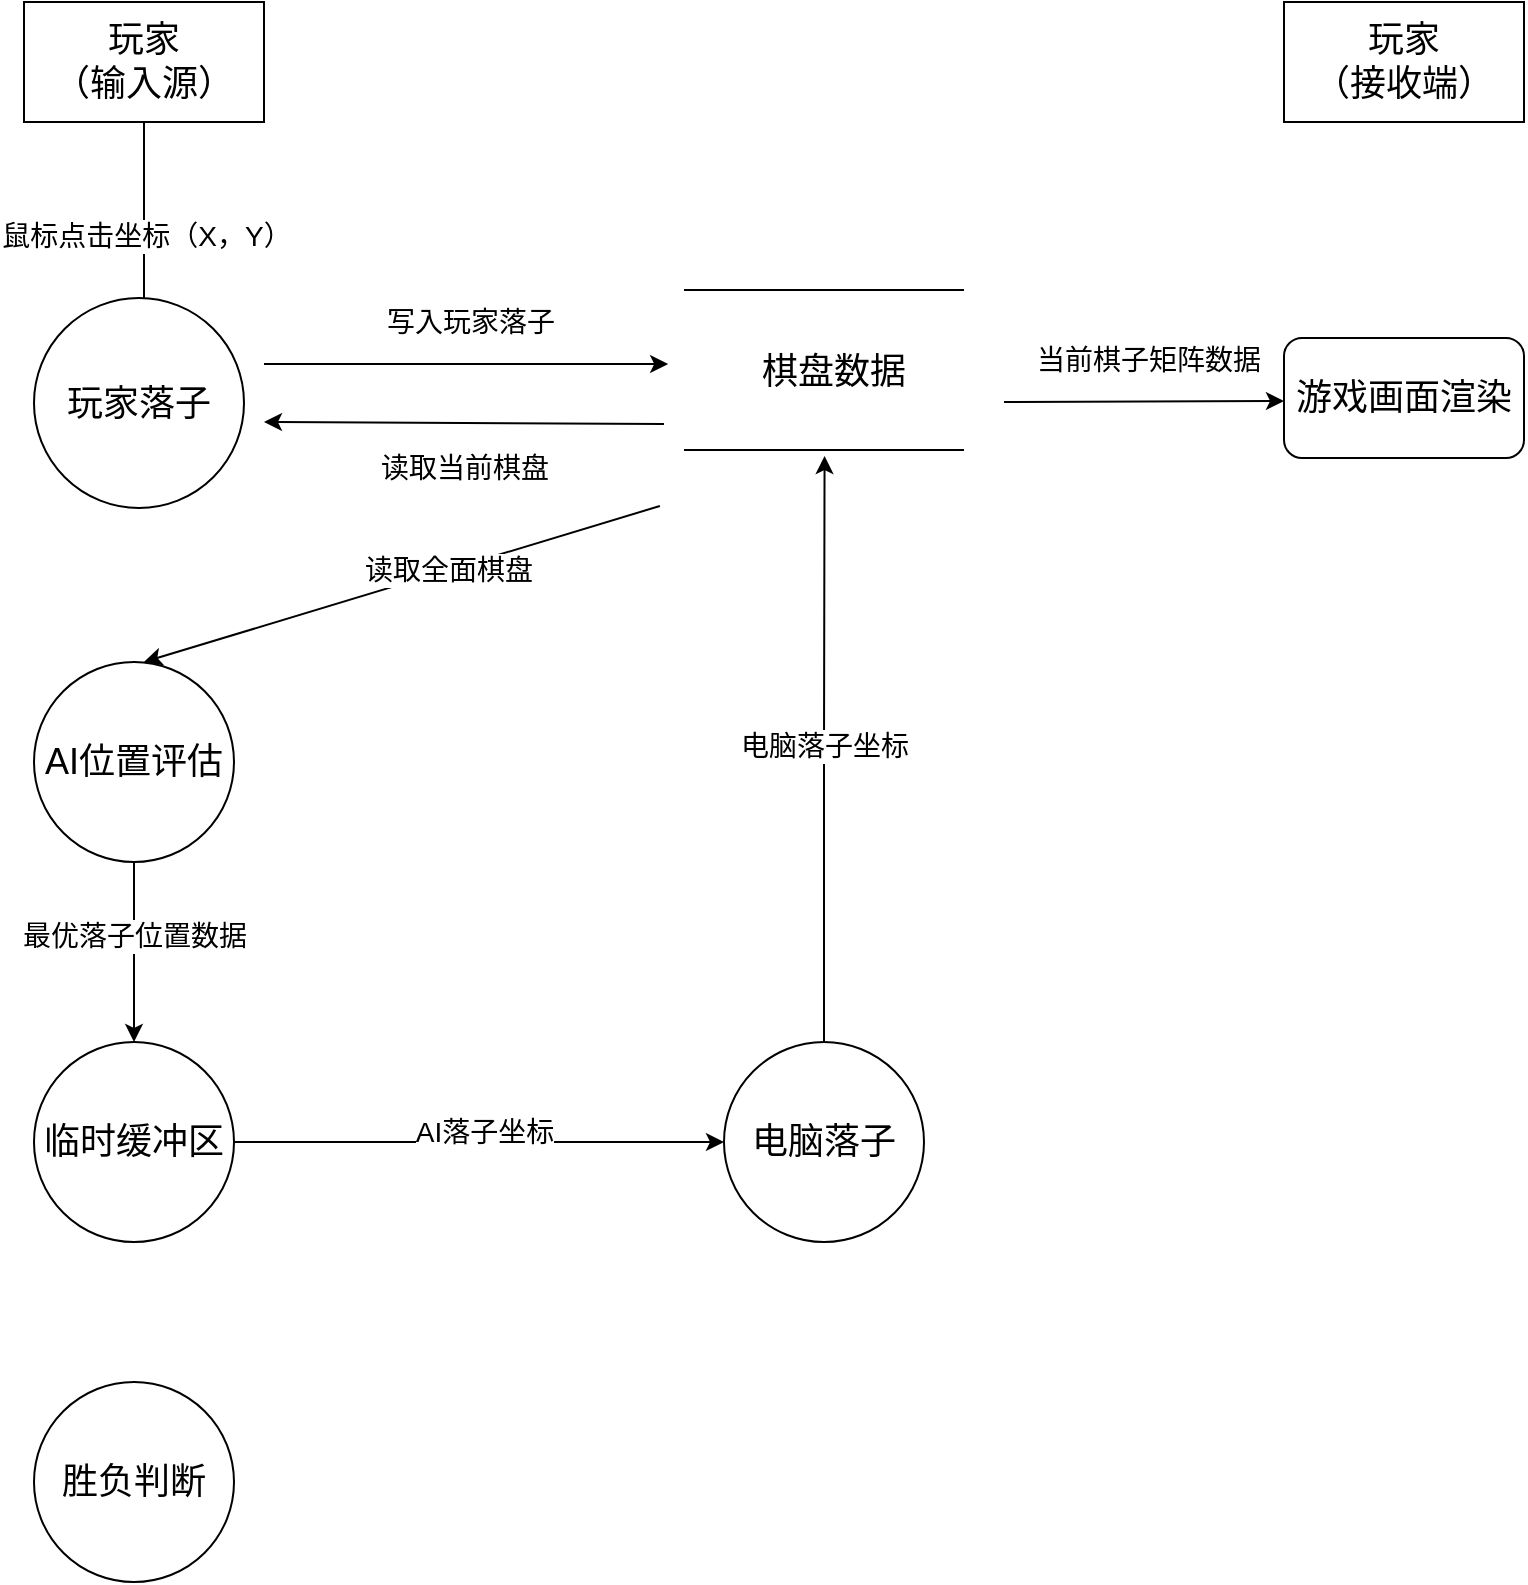
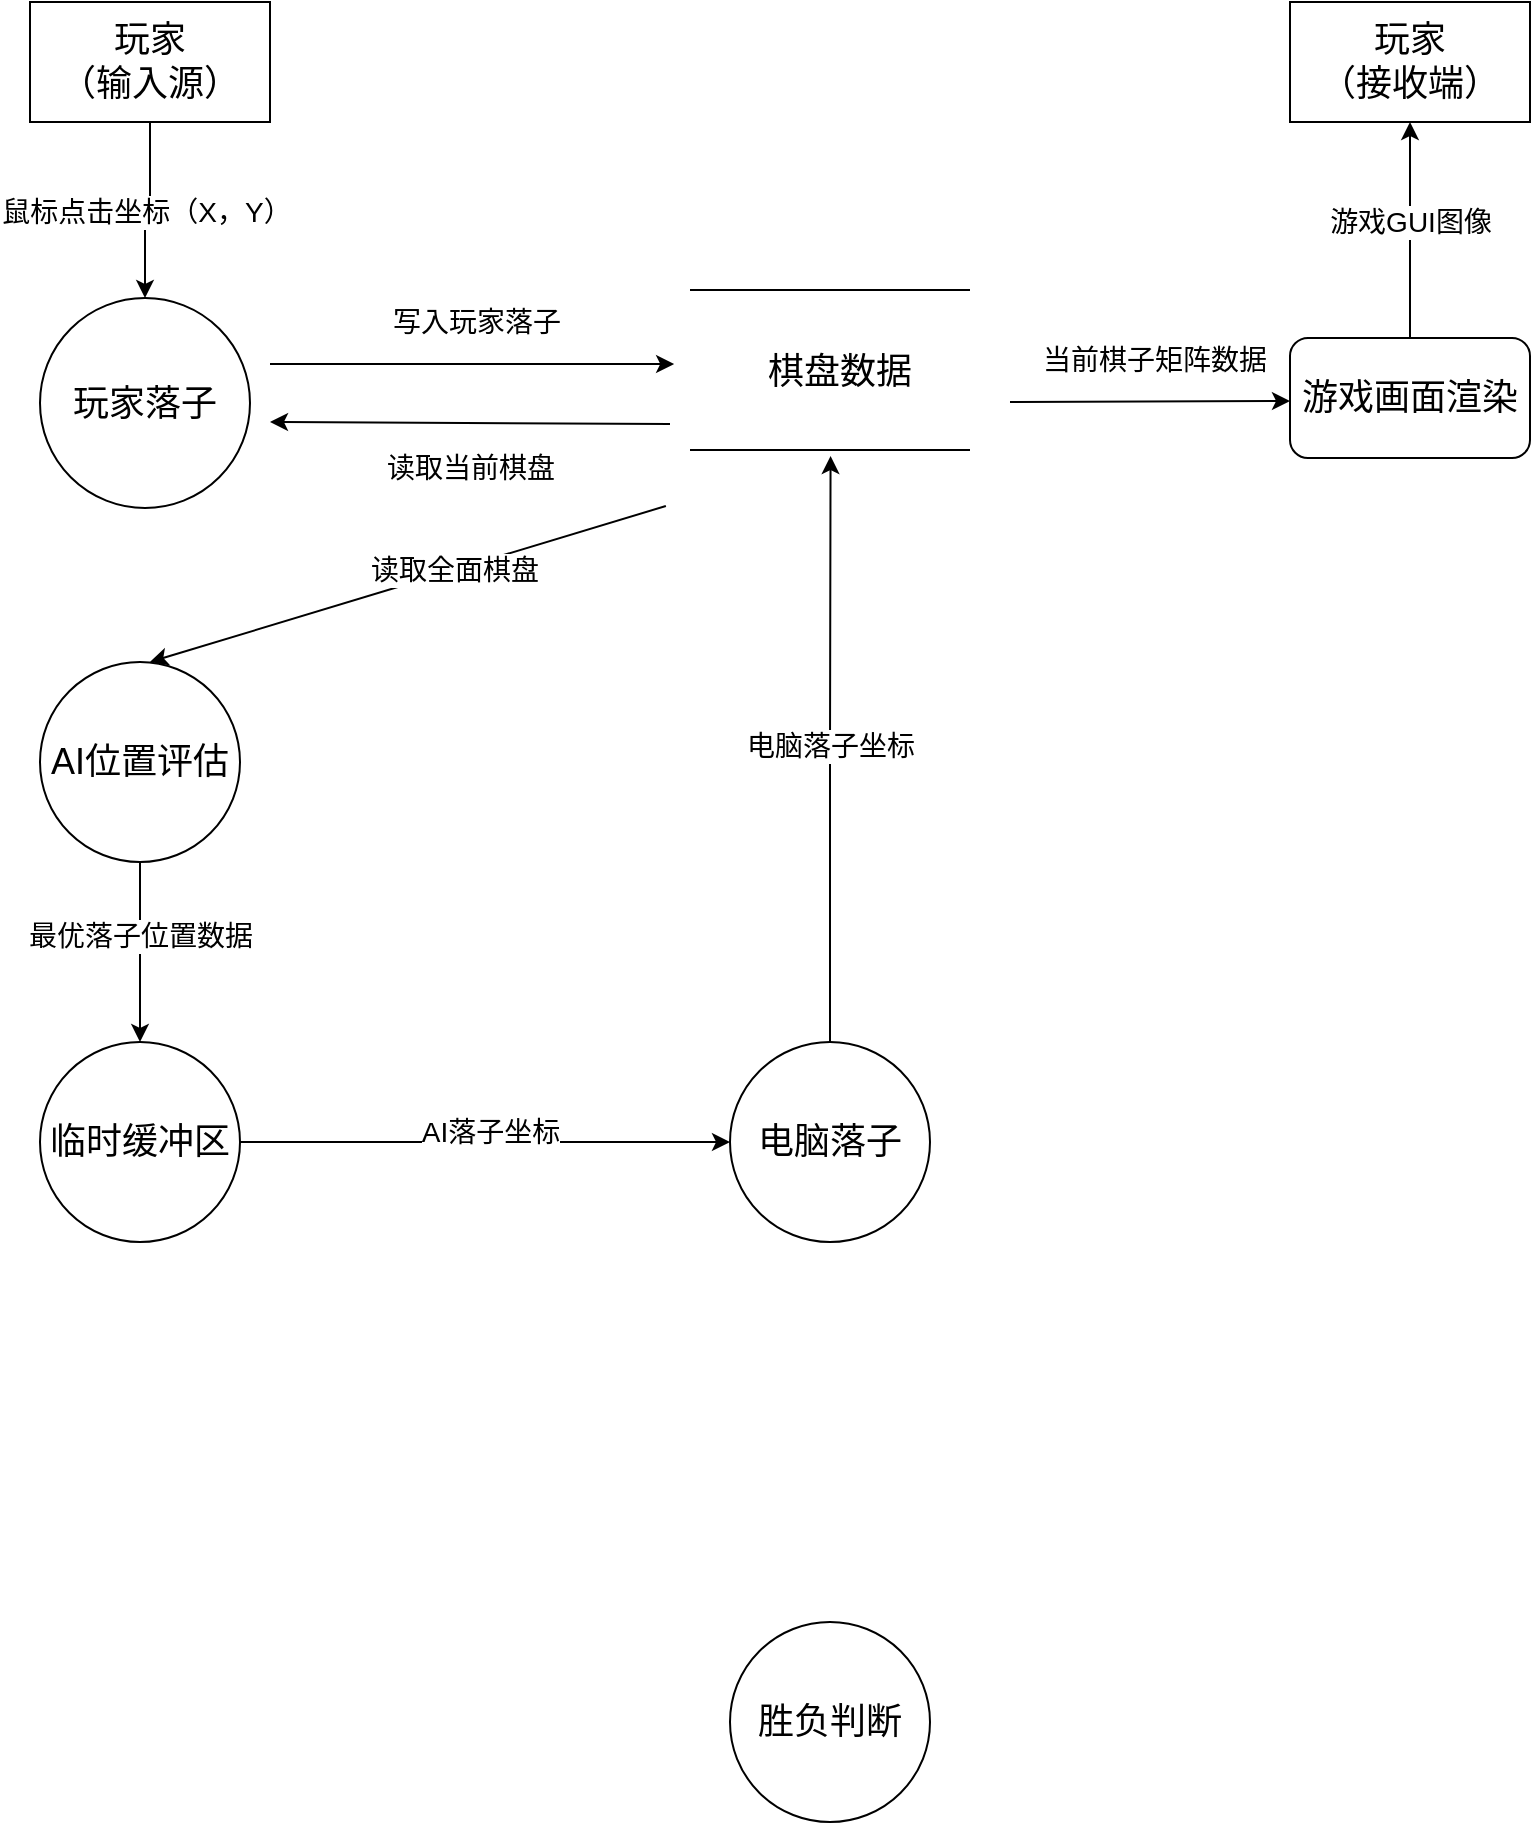
<mxfile host="app.diagrams.net">
  <diagram name="Page-1" id="hryGj0KzSXnJhMcqTr9-">
    <mxGraphModel dx="1201" dy="825" grid="1" gridSize="10" guides="1" tooltips="1" connect="1" arrows="1" fold="1" page="1" pageScale="1" pageWidth="827" pageHeight="1169" math="0" shadow="0">
      <root>
        <mxCell id="0" />
        <mxCell id="1" parent="0" />
-         <mxCell id="fDHwApNMCYBN-XmplwMt-11" edge="1" parent="1" source="fDHwApNMCYBN-XmplwMt-3" style="edgeStyle=orthogonalEdgeStyle;rounded=0;orthogonalLoop=1;jettySize=auto;html=1;exitX=0.5;exitY=1;exitDx=0;exitDy=0;entryX=0.5;entryY=0;entryDx=0;entryDy=0;">
+         <mxCell id="fDHwApNMCYBN-XmplwMt-11" edge="1" parent="1" source="fDHwApNMCYBN-XmplwMt-3" style="edgeStyle=orthogonalEdgeStyle;rounded=0;orthogonalLoop=1;jettySize=auto;html=1;exitX=0.5;exitY=1;exitDx=0;exitDy=0;entryX=0.5;entryY=0;entryDx=0;entryDy=0;" target="SoA14i47H3jGXmkj97EN-22">
          <mxGeometry relative="1" as="geometry">
            <mxPoint x="90" y="230" as="targetPoint" />
          </mxGeometry>
        </mxCell>
        <mxCell id="fDHwApNMCYBN-XmplwMt-12" connectable="0" parent="fDHwApNMCYBN-XmplwMt-11" style="edgeLabel;html=1;align=center;verticalAlign=middle;resizable=0;points=[];" value="&lt;font style=&quot;font-size: 14px;&quot;&gt;鼠标点击坐标（X，Y）&lt;/font&gt;" vertex="1">
          <mxGeometry relative="1" x="0.0364" as="geometry">
            <mxPoint as="offset" />
          </mxGeometry>
        </mxCell>
        <mxCell id="fDHwApNMCYBN-XmplwMt-3" parent="1" style="rounded=0;whiteSpace=wrap;html=1;" value="&lt;font style=&quot;font-size: 18px;&quot;&gt;玩家&lt;/font&gt;&lt;div&gt;&lt;font style=&quot;font-size: 18px;&quot;&gt;（输入源）&lt;/font&gt;&lt;/div&gt;" vertex="1">
          <mxGeometry height="60" width="120" x="30" y="60" as="geometry" />
+         </mxCell>
+         <mxCell id="SoA14i47H3jGXmkj97EN-37" edge="1" parent="1" source="fDHwApNMCYBN-XmplwMt-9" style="edgeStyle=orthogonalEdgeStyle;rounded=0;orthogonalLoop=1;jettySize=auto;html=1;exitX=0.5;exitY=0;exitDx=0;exitDy=0;entryX=0.5;entryY=1;entryDx=0;entryDy=0;" target="fDHwApNMCYBN-XmplwMt-10">
+           <mxGeometry relative="1" as="geometry" />
+         </mxCell>
+         <mxCell id="SoA14i47H3jGXmkj97EN-38" connectable="0" parent="SoA14i47H3jGXmkj97EN-37" style="edgeLabel;html=1;align=center;verticalAlign=middle;resizable=0;points=[];" value="&lt;font style=&quot;font-size: 14px;&quot;&gt;游戏GUI图像&lt;/font&gt;" vertex="1">
+           <mxGeometry relative="1" x="0.0741" as="geometry">
+             <mxPoint as="offset" />
+           </mxGeometry>
        </mxCell>
        <mxCell id="fDHwApNMCYBN-XmplwMt-9" parent="1" style="rounded=1;whiteSpace=wrap;html=1;" value="&lt;font style=&quot;font-size: 18px;&quot;&gt;游戏画面渲染&lt;/font&gt;" vertex="1">
          <mxGeometry height="60" width="120" x="660" y="228" as="geometry" />
        </mxCell>
        <mxCell id="fDHwApNMCYBN-XmplwMt-10" parent="1" style="rounded=0;whiteSpace=wrap;html=1;" value="&lt;span style=&quot;font-size: 18px;&quot;&gt;玩家&lt;/span&gt;&lt;div&gt;&lt;span style=&quot;font-size: 18px;&quot;&gt;（接收端）&lt;/span&gt;&lt;/div&gt;" vertex="1">
          <mxGeometry height="60" width="120" x="660" y="60" as="geometry" />
        </mxCell>
        <mxCell id="SoA14i47H3jGXmkj97EN-10" edge="1" parent="1" style="endArrow=classic;html=1;rounded=0;entryX=0.013;entryY=0.14;entryDx=0;entryDy=0;entryPerimeter=0;" value="">
          <mxGeometry height="50" relative="1" width="50" as="geometry">
            <mxPoint x="150" y="241" as="sourcePoint" />
            <mxPoint x="352.067" y="241" as="targetPoint" />
          </mxGeometry>
        </mxCell>
        <mxCell id="SoA14i47H3jGXmkj97EN-11" connectable="0" parent="SoA14i47H3jGXmkj97EN-10" style="edgeLabel;html=1;align=center;verticalAlign=middle;resizable=0;points=[];" value="&lt;font style=&quot;font-size: 14px;&quot;&gt;写入玩家落子&lt;/font&gt;" vertex="1">
          <mxGeometry relative="1" x="0.0202" y="1" as="geometry">
            <mxPoint y="-20" as="offset" />
          </mxGeometry>
        </mxCell>
        <mxCell id="SoA14i47H3jGXmkj97EN-12" edge="1" parent="1" style="endArrow=classic;html=1;rounded=0;exitX=0.925;exitY=0;exitDx=0;exitDy=0;exitPerimeter=0;" value="">
          <mxGeometry height="50" relative="1" width="50" as="geometry">
            <mxPoint x="350" y="271" as="sourcePoint" />
            <mxPoint x="150" y="270" as="targetPoint" />
          </mxGeometry>
        </mxCell>
        <mxCell id="SoA14i47H3jGXmkj97EN-13" connectable="0" parent="SoA14i47H3jGXmkj97EN-12" style="edgeLabel;html=1;align=center;verticalAlign=middle;resizable=0;points=[];" value="&lt;font style=&quot;font-size: 14px;&quot;&gt;读取当前棋盘&lt;/font&gt;&lt;div&gt;&lt;font style=&quot;font-size: 14px;&quot;&gt;&lt;br&gt;&lt;/font&gt;&lt;/div&gt;" vertex="1">
          <mxGeometry relative="1" x="0.0202" y="1" as="geometry">
            <mxPoint x="2" y="29" as="offset" />
          </mxGeometry>
        </mxCell>
        <mxCell id="SoA14i47H3jGXmkj97EN-14" edge="1" parent="1" style="endArrow=classic;html=1;rounded=0;entryX=-0.013;entryY=0.68;entryDx=0;entryDy=0;entryPerimeter=0;exitX=-0.013;exitY=0.68;exitDx=0;exitDy=0;exitPerimeter=0;" value="">
          <mxGeometry height="50" relative="1" width="50" as="geometry">
            <mxPoint x="347.933" y="312" as="sourcePoint" />
            <mxPoint x="90" y="390" as="targetPoint" />
          </mxGeometry>
        </mxCell>
        <mxCell id="SoA14i47H3jGXmkj97EN-15" connectable="0" parent="SoA14i47H3jGXmkj97EN-14" style="edgeLabel;html=1;align=center;verticalAlign=middle;resizable=0;points=[];" value="&lt;font style=&quot;font-size: 14px;&quot;&gt;读取全面棋盘&lt;/font&gt;" vertex="1">
          <mxGeometry relative="1" x="-0.1782" as="geometry">
            <mxPoint as="offset" />
          </mxGeometry>
        </mxCell>
        <mxCell id="SoA14i47H3jGXmkj97EN-16" edge="1" parent="1" style="endArrow=classic;html=1;rounded=0;entryX=0.013;entryY=0.14;entryDx=0;entryDy=0;entryPerimeter=0;" value="">
          <mxGeometry height="50" relative="1" width="50" as="geometry">
            <mxPoint x="520" y="260" as="sourcePoint" />
            <mxPoint x="659.9970000000001" y="259.5" as="targetPoint" />
          </mxGeometry>
        </mxCell>
        <mxCell id="SoA14i47H3jGXmkj97EN-17" connectable="0" parent="SoA14i47H3jGXmkj97EN-16" style="edgeLabel;html=1;align=center;verticalAlign=middle;resizable=0;points=[];" value="&lt;span style=&quot;font-size: 14px;&quot;&gt;当前棋子矩阵数据&lt;/span&gt;" vertex="1">
          <mxGeometry relative="1" x="0.0202" y="1" as="geometry">
            <mxPoint y="-20" as="offset" />
          </mxGeometry>
        </mxCell>
        <mxCell id="SoA14i47H3jGXmkj97EN-22" parent="1" style="ellipse;whiteSpace=wrap;html=1;aspect=fixed;" value="&lt;font style=&quot;font-size: 18px;&quot;&gt;玩家落子&lt;/font&gt;" vertex="1">
          <mxGeometry height="105" width="105" x="35" y="208" as="geometry" />
        </mxCell>
        <mxCell id="SoA14i47H3jGXmkj97EN-23" parent="1" style="ellipse;whiteSpace=wrap;html=1;aspect=fixed;" value="&lt;font style=&quot;font-size: 18px;&quot;&gt;AI位置评估&lt;/font&gt;" vertex="1">
          <mxGeometry height="100" width="100" x="35" y="390" as="geometry" />
        </mxCell>
        <mxCell id="SoA14i47H3jGXmkj97EN-24" parent="1" style="ellipse;whiteSpace=wrap;html=1;aspect=fixed;" value="&lt;font style=&quot;font-size: 18px;&quot;&gt;电脑落子&lt;/font&gt;" vertex="1">
          <mxGeometry height="100" width="100" x="380" y="580" as="geometry" />
        </mxCell>
        <mxCell id="SoA14i47H3jGXmkj97EN-25" parent="1" style="ellipse;whiteSpace=wrap;html=1;aspect=fixed;" value="&lt;font style=&quot;font-size: 18px;&quot;&gt;胜负判断&lt;/font&gt;" vertex="1">
-           <mxGeometry height="100" width="100" x="35" y="750" as="geometry" />
+           <mxGeometry height="100" width="100" x="380" y="870" as="geometry" />
        </mxCell>
        <mxCell id="SoA14i47H3jGXmkj97EN-27" parent="1" style="line;strokeWidth=1;fillColor=none;align=left;verticalAlign=middle;spacingTop=-1;spacingLeft=3;spacingRight=3;rotatable=0;labelPosition=right;points=[];portConstraint=eastwest;strokeColor=inherit;" value="" vertex="1">
          <mxGeometry height="8" width="140" x="360" y="200" as="geometry" />
        </mxCell>
        <mxCell id="SoA14i47H3jGXmkj97EN-28" parent="1" style="line;strokeWidth=1;fillColor=none;align=left;verticalAlign=middle;spacingTop=-1;spacingLeft=3;spacingRight=3;rotatable=0;labelPosition=right;points=[];portConstraint=eastwest;strokeColor=inherit;" value="" vertex="1">
          <mxGeometry height="8" width="140" x="360" y="280" as="geometry" />
        </mxCell>
        <mxCell id="SoA14i47H3jGXmkj97EN-29" parent="1" style="text;html=1;whiteSpace=wrap;strokeColor=none;fillColor=none;align=center;verticalAlign=middle;rounded=0;" value="&lt;font style=&quot;font-size: 18px;&quot;&gt;棋盘数据&lt;/font&gt;" vertex="1">
          <mxGeometry height="30" width="110" x="380" y="230" as="geometry" />
        </mxCell>
        <mxCell id="SoA14i47H3jGXmkj97EN-33" edge="1" parent="1" source="SoA14i47H3jGXmkj97EN-30" style="edgeStyle=orthogonalEdgeStyle;rounded=0;orthogonalLoop=1;jettySize=auto;html=1;exitX=1;exitY=0.5;exitDx=0;exitDy=0;entryX=0;entryY=0.5;entryDx=0;entryDy=0;" target="SoA14i47H3jGXmkj97EN-24">
          <mxGeometry relative="1" as="geometry" />
        </mxCell>
        <mxCell id="SoA14i47H3jGXmkj97EN-34" connectable="0" parent="SoA14i47H3jGXmkj97EN-33" style="edgeLabel;html=1;align=center;verticalAlign=middle;resizable=0;points=[];" value="&lt;font style=&quot;font-size: 14px;&quot;&gt;AI落子坐标&lt;/font&gt;" vertex="1">
          <mxGeometry relative="1" x="0.0204" y="5" as="geometry">
            <mxPoint as="offset" />
          </mxGeometry>
        </mxCell>
        <mxCell id="SoA14i47H3jGXmkj97EN-30" parent="1" style="ellipse;whiteSpace=wrap;html=1;aspect=fixed;" value="&lt;font style=&quot;font-size: 18px;&quot;&gt;临时缓冲区&lt;/font&gt;" vertex="1">
          <mxGeometry height="100" width="100" x="35" y="580" as="geometry" />
        </mxCell>
        <mxCell id="SoA14i47H3jGXmkj97EN-31" edge="1" parent="1" source="SoA14i47H3jGXmkj97EN-23" style="endArrow=classic;html=1;rounded=0;entryX=0.5;entryY=0;entryDx=0;entryDy=0;exitX=0.5;exitY=1;exitDx=0;exitDy=0;" target="SoA14i47H3jGXmkj97EN-30" value="">
          <mxGeometry height="50" relative="1" width="50" as="geometry">
            <mxPoint x="447.933" y="340" as="sourcePoint" />
            <mxPoint x="190" y="418" as="targetPoint" />
          </mxGeometry>
        </mxCell>
        <mxCell id="SoA14i47H3jGXmkj97EN-32" connectable="0" parent="SoA14i47H3jGXmkj97EN-31" style="edgeLabel;html=1;align=center;verticalAlign=middle;resizable=0;points=[];" value="&lt;span style=&quot;font-size: 14px;&quot;&gt;最优落子位置数据&lt;/span&gt;" vertex="1">
          <mxGeometry relative="1" x="-0.1782" as="geometry">
            <mxPoint as="offset" />
          </mxGeometry>
        </mxCell>
        <mxCell id="SoA14i47H3jGXmkj97EN-35" edge="1" parent="1" source="SoA14i47H3jGXmkj97EN-24" style="edgeStyle=orthogonalEdgeStyle;rounded=0;orthogonalLoop=1;jettySize=auto;html=1;exitX=0.5;exitY=0;exitDx=0;exitDy=0;entryX=0.502;entryY=0.875;entryDx=0;entryDy=0;entryPerimeter=0;" target="SoA14i47H3jGXmkj97EN-28">
          <mxGeometry relative="1" as="geometry" />
        </mxCell>
        <mxCell id="SoA14i47H3jGXmkj97EN-36" connectable="0" parent="SoA14i47H3jGXmkj97EN-35" style="edgeLabel;html=1;align=center;verticalAlign=middle;resizable=0;points=[];" value="&lt;span style=&quot;font-size: 14px;&quot;&gt;电脑落子坐标&lt;/span&gt;" vertex="1">
          <mxGeometry relative="1" x="-0.0044" y="1" as="geometry">
            <mxPoint y="-1" as="offset" />
          </mxGeometry>
        </mxCell>
      </root>
    </mxGraphModel>
  </diagram>
</mxfile>
